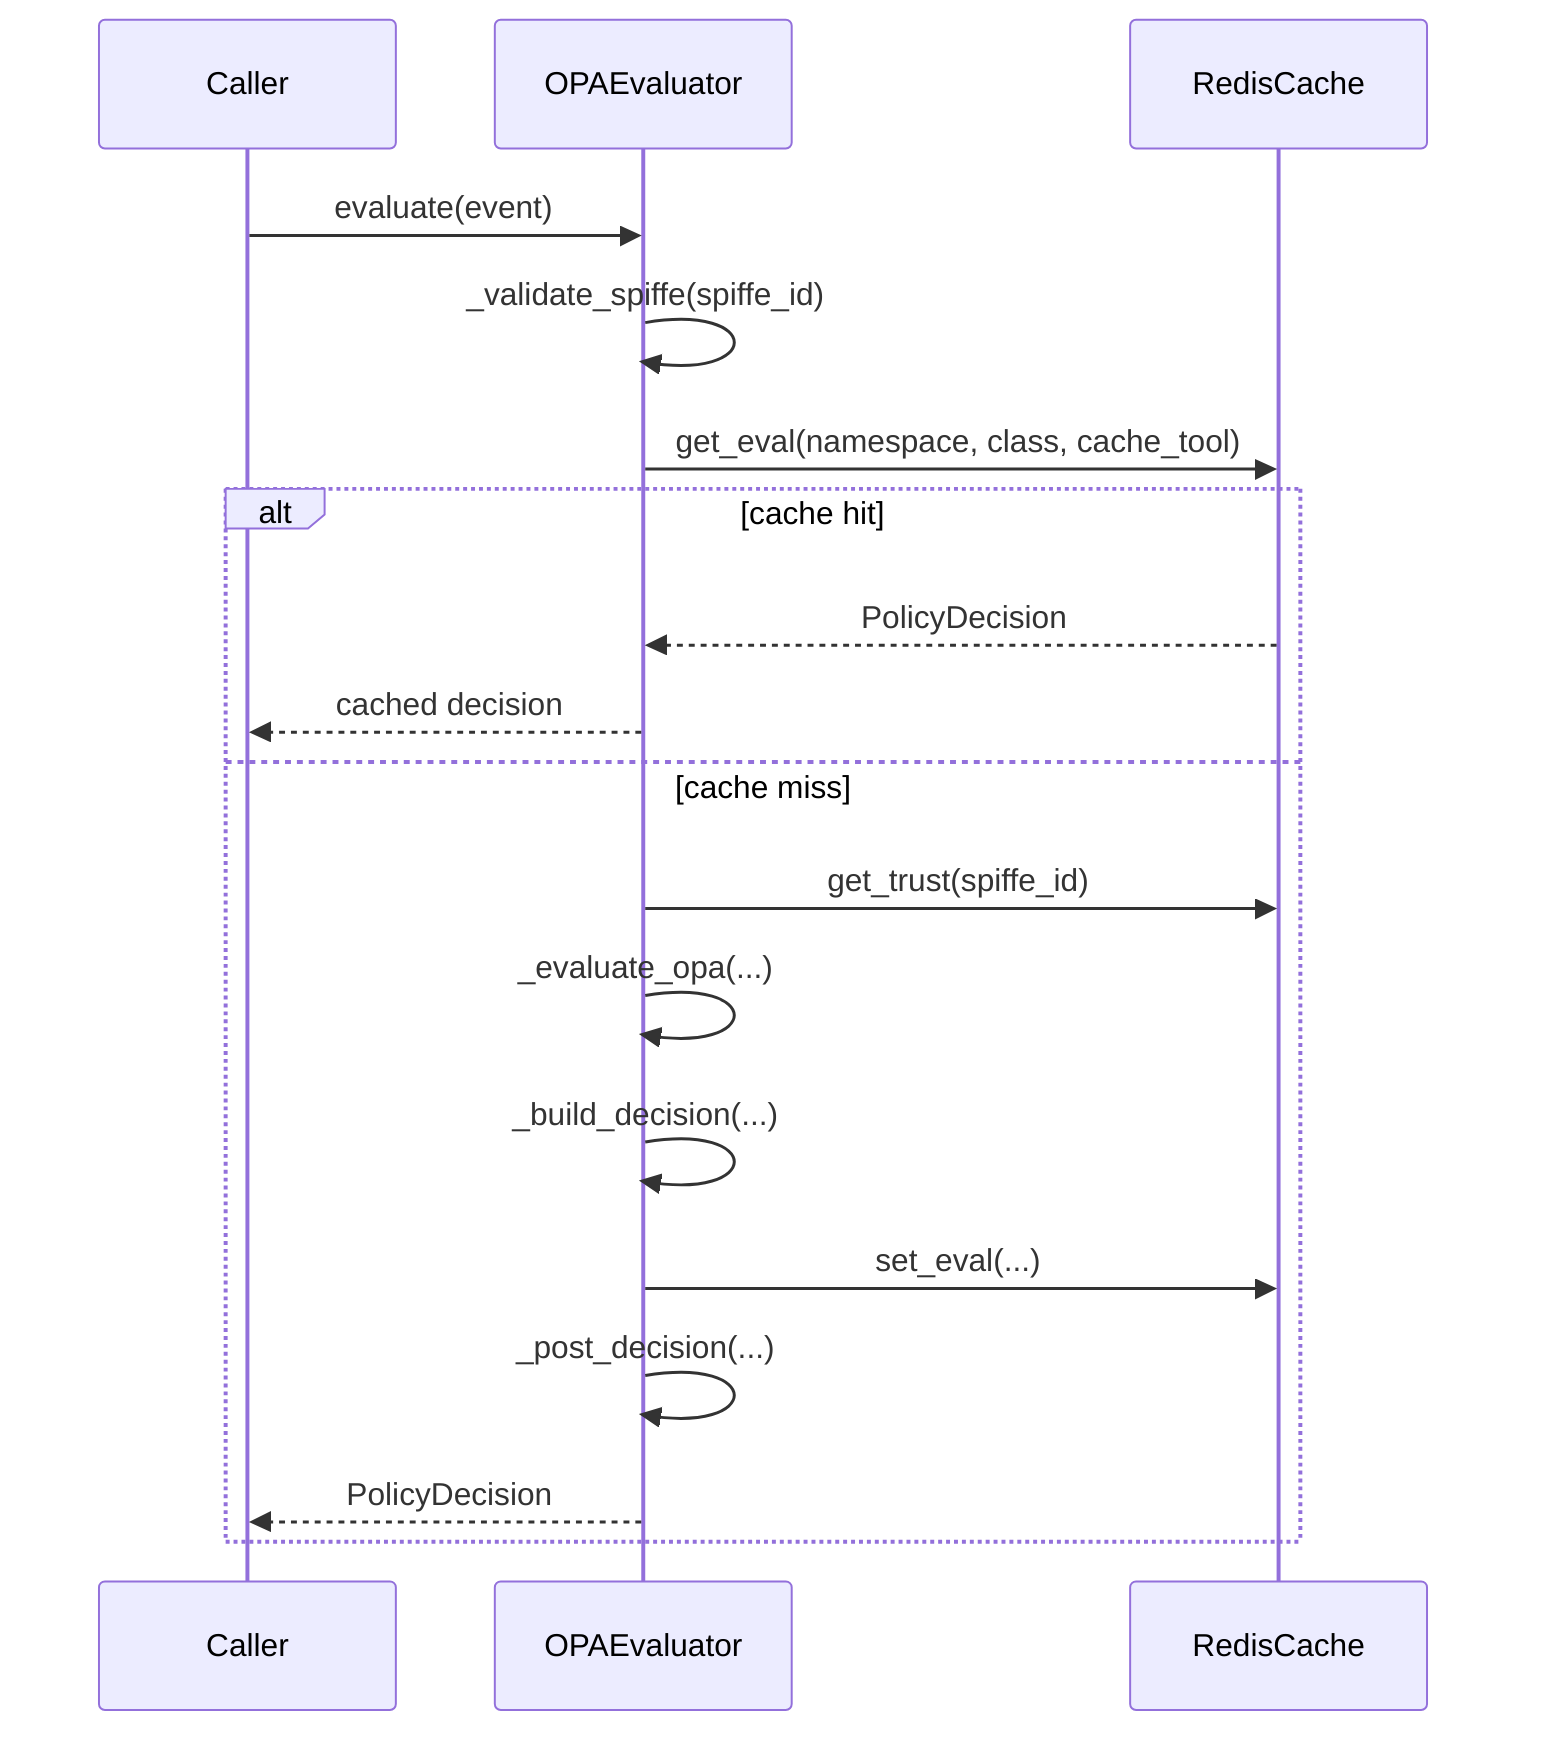
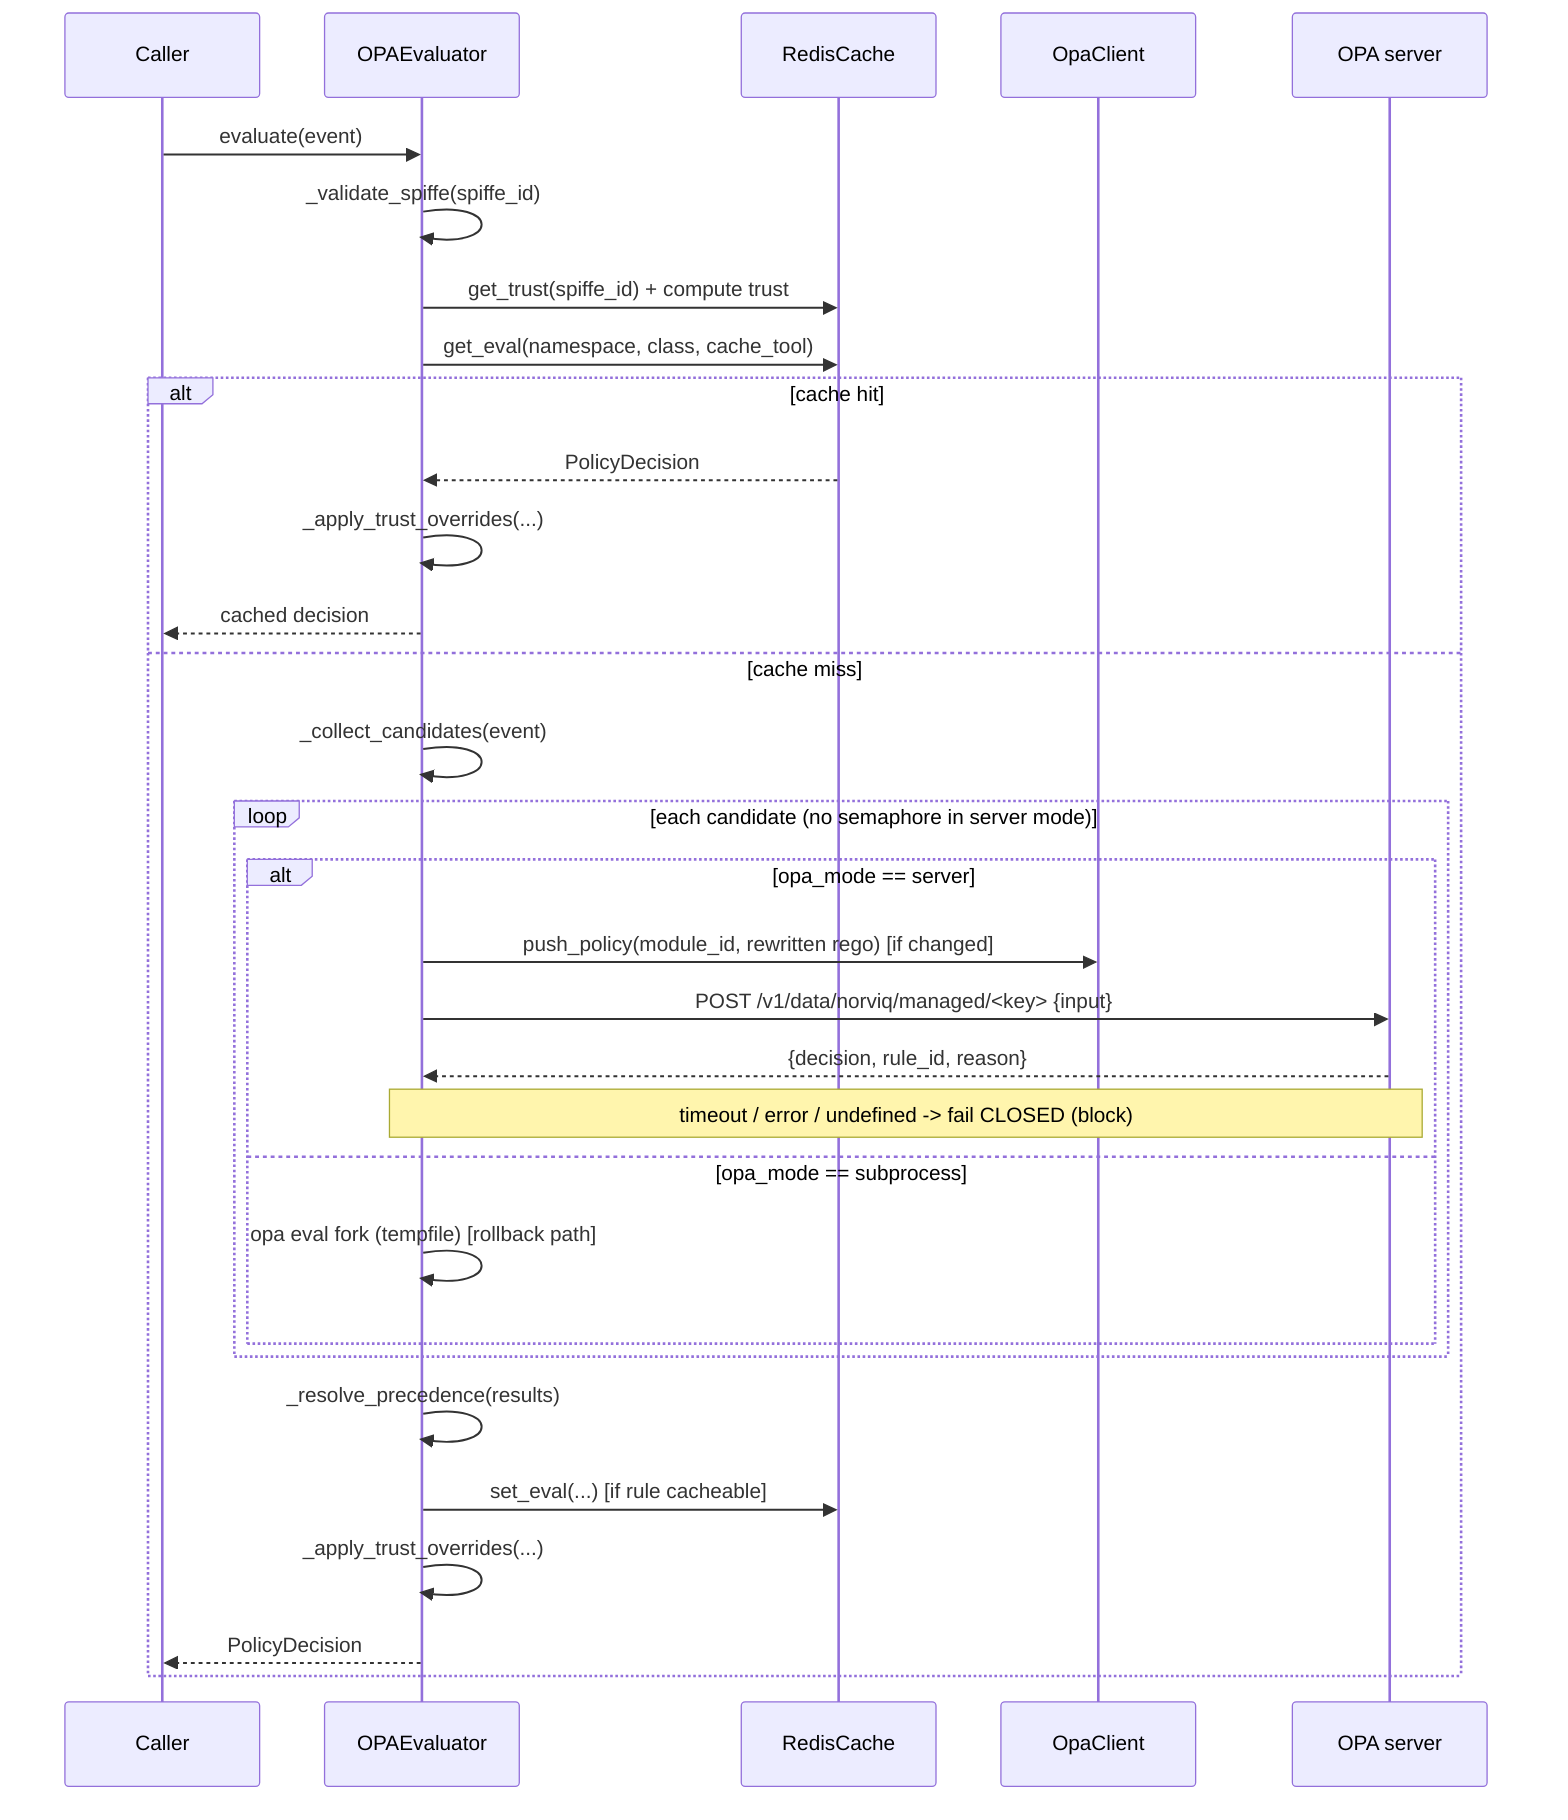
sequenceDiagram
    participant Caller
    participant Eval as OPAEvaluator
    participant Cache as RedisCache
+     participant Opa as OpaClient
+     participant Server as OPA server

    Caller->>Eval: evaluate(event)
    Eval->>Eval: _validate_spiffe(spiffe_id)
+     Eval->>Cache: get_trust(spiffe_id) + compute trust
    Eval->>Cache: get_eval(namespace, class, cache_tool)
    alt cache hit
        Cache-->>Eval: PolicyDecision
+         Eval->>Eval: _apply_trust_overrides(...)
        Eval-->>Caller: cached decision
    else cache miss
-         Eval->>Cache: get_trust(spiffe_id)
-         Eval->>Eval: _evaluate_opa(...)
-         Eval->>Eval: _build_decision(...)
-         Eval->>Cache: set_eval(...)
-         Eval->>Eval: _post_decision(...)
+         Eval->>Eval: _collect_candidates(event)
+         loop each candidate (no semaphore in server mode)
+             alt opa_mode == server
+                 Eval->>Opa: push_policy(module_id, rewritten rego) [if changed]
+                 Eval->>Server: POST /v1/data/norviq/managed/<key> {input}
+                 Server-->>Eval: {decision, rule_id, reason}
+                 Note over Eval,Server: timeout / error / undefined -> fail CLOSED (block)
+             else opa_mode == subprocess
+                 Eval->>Eval: opa eval fork (tempfile) [rollback path]
+             end
+         end
+         Eval->>Eval: _resolve_precedence(results)
+         Eval->>Cache: set_eval(...) [if rule cacheable]
+         Eval->>Eval: _apply_trust_overrides(...)
        Eval-->>Caller: PolicyDecision
    end
